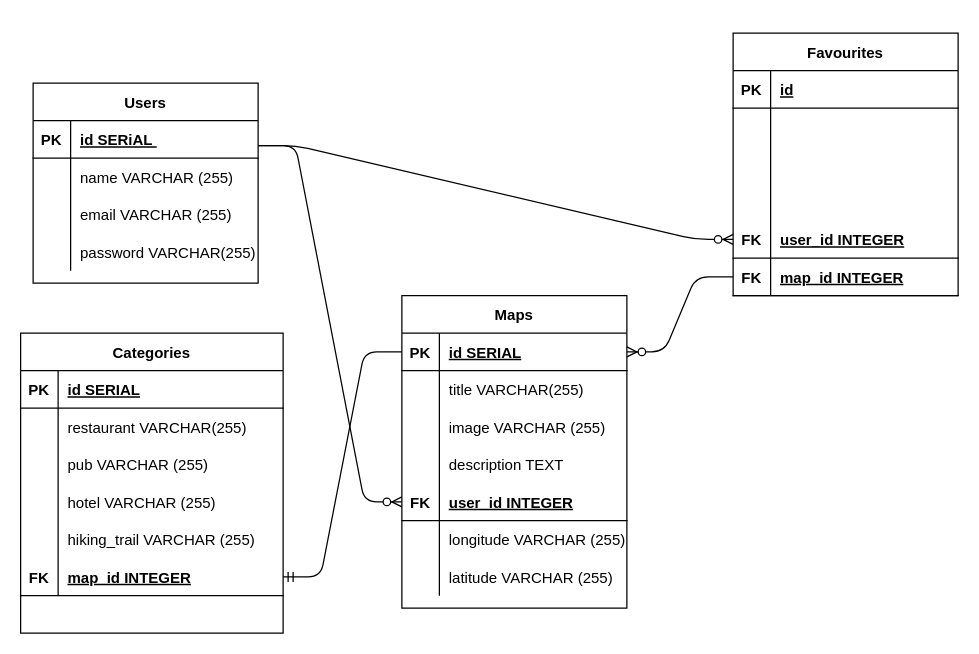
This is views/Untitled Diagram.drawio from jon-choi/WikiMap, a draw.io file, before an edit. Source tidied: cells renumbered, new cells numbered last; positions are measured from the earlier drawing's top-left corner, leaving out a move shared by most shapes. Both pictures are drawn from the tidied source at 125%, with x=0, y=0 at pixel (20, 32).
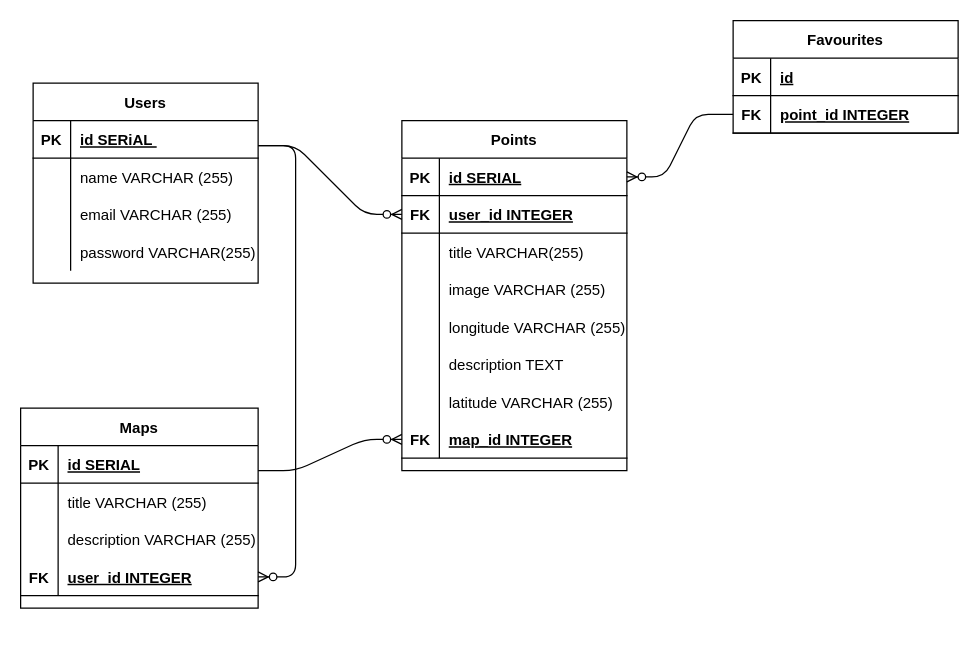
Above is the later version.

Unchanged cells that the change refers to:
```xml
<mxCell id="16" style="shape=partialRectangle;fillColor=none;top=0;left=0;bottom=1;right=0;points=[[0,0.5],[1,0.5]];portConstraint=eastwest;" parent="15" vertex="1">
  <mxGeometry y="30" width="180" height="30" as="geometry" />
</mxCell>
```

What changed in the source:
```diff
@@
-    <mxCell id="15" value="Maps" style="shape=table;startSize=30;childLayout=tableLayout;rowLines=0;fontStyle=1;align=center;" parent="1" vertex="1">
-      <mxGeometry x="305" y="210" width="180" height="250" as="geometry" />
+    <mxCell id="15" value="Points" style="shape=table;startSize=30;childLayout=tableLayout;rowLines=0;fontStyle=1;align=center;" parent="1" vertex="1">
+      <mxGeometry x="305" y="70" width="180" height="280" as="geometry" />
     </mxCell>
@@
+    <mxCell id="28" style="shape=partialRectangle;fillColor=none;top=0;left=0;bottom=1;right=0;points=[[0,0.5],[1,0.5]];portConstraint=eastwest;" parent="15" vertex="1">
+      <mxGeometry y="60" width="180" height="30" as="geometry" />
+    </mxCell>
+    <mxCell id="29" value="FK" style="shape=partialRectangle;fillColor=none;top=0;left=0;bottom=0;right=0;fontStyle=1;overflow=hidden;" parent="28" vertex="1">
+      <mxGeometry width="30" height="30" as="geometry" />
+    </mxCell>
+    <mxCell id="30" value="user_id INTEGER" style="shape=partialRectangle;fillColor=none;top=0;left=0;bottom=0;right=0;align=left;spacingLeft=6;fontStyle=5;overflow=hidden;" parent="28" vertex="1">
+      <mxGeometry x="30" width="150" height="30" as="geometry" />
+    </mxCell>
     <mxCell id="19" style="shape=partialRectangle;fillColor=none;top=0;left=0;bottom=0;right=0;" parent="15" vertex="1">
-      <mxGeometry y="60" width="180" height="30" as="geometry" />
+      <mxGeometry y="90" width="180" height="30" as="geometry" />
     </mxCell>
@@
     <mxCell id="22" style="shape=partialRectangle;fillColor=none;top=0;left=0;bottom=0;right=0;" parent="15" vertex="1">
-      <mxGeometry y="90" width="180" height="30" as="geometry" />
+      <mxGeometry y="120" width="180" height="30" as="geometry" />
     </mxCell>
@@
+    <mxCell id="31" style="shape=partialRectangle;fillColor=none;top=0;left=0;bottom=0;right=0;" parent="15" vertex="1">
+      <mxGeometry y="150" width="180" height="30" as="geometry" />
+    </mxCell>
+    <mxCell id="32" style="shape=partialRectangle;fillColor=none;top=0;left=0;bottom=0;right=0;overflow=hidden;" parent="31" vertex="1">
+      <mxGeometry width="30" height="30" as="geometry" />
+    </mxCell>
+    <mxCell id="33" value="longitude VARCHAR (255)" style="shape=partialRectangle;fillColor=none;top=0;left=0;bottom=0;right=0;align=left;spacingLeft=6;overflow=hidden;" parent="31" vertex="1">
+      <mxGeometry x="30" width="150" height="30" as="geometry" />
+    </mxCell>
     <mxCell id="25" style="shape=partialRectangle;fillColor=none;top=0;left=0;bottom=0;right=0;" parent="15" vertex="1">
-      <mxGeometry y="120" width="180" height="30" as="geometry" />
+      <mxGeometry y="180" width="180" height="30" as="geometry" />
     </mxCell>
@@
-    <mxCell id="28" style="shape=partialRectangle;fillColor=none;top=0;left=0;bottom=1;right=0;points=[[0,0.5],[1,0.5]];portConstraint=eastwest;" parent="15" vertex="1">
-      <mxGeometry y="150" width="180" height="30" as="geometry" />
-    </mxCell>
-    <mxCell id="29" value="FK" style="shape=partialRectangle;fillColor=none;top=0;left=0;bottom=0;right=0;fontStyle=1;overflow=hidden;" parent="28" vertex="1">
-      <mxGeometry width="30" height="30" as="geometry" />
-    </mxCell>
-    <mxCell id="30" value="user_id INTEGER" style="shape=partialRectangle;fillColor=none;top=0;left=0;bottom=0;right=0;align=left;spacingLeft=6;fontStyle=5;overflow=hidden;" parent="28" vertex="1">
-      <mxGeometry x="30" width="150" height="30" as="geometry" />
-    </mxCell>
-    <mxCell id="31" style="shape=partialRectangle;fillColor=none;top=0;left=0;bottom=0;right=0;" parent="15" vertex="1">
-      <mxGeometry y="180" width="180" height="30" as="geometry" />
-    </mxCell>
-    <mxCell id="32" style="shape=partialRectangle;fillColor=none;top=0;left=0;bottom=0;right=0;overflow=hidden;" parent="31" vertex="1">
-      <mxGeometry width="30" height="30" as="geometry" />
-    </mxCell>
-    <mxCell id="33" value="longitude VARCHAR (255)" style="shape=partialRectangle;fillColor=none;top=0;left=0;bottom=0;right=0;align=left;spacingLeft=6;overflow=hidden;" parent="31" vertex="1">
-      <mxGeometry x="30" width="150" height="30" as="geometry" />
-    </mxCell>
@@
-    <mxCell id="37" value="Categories" style="shape=table;startSize=30;childLayout=tableLayout;rowLines=0;fontStyle=1;align=center;" parent="1" vertex="1">
-      <mxGeometry y="240" width="210" height="240" as="geometry" />
-    </mxCell>
-    <mxCell id="38" style="shape=partialRectangle;fillColor=none;top=0;left=0;bottom=1;right=0;" parent="37" vertex="1">
-      <mxGeometry y="30" width="210" height="30" as="geometry" />
-    </mxCell>
-    <mxCell id="39" value="PK" style="shape=partialRectangle;fillColor=none;top=0;left=0;bottom=0;right=0;fontStyle=1;overflow=hidden;" parent="38" vertex="1">
-      <mxGeometry width="30" height="30" as="geometry" />
-    </mxCell>
-    <mxCell id="40" value="id SERIAL" style="shape=partialRectangle;fillColor=none;top=0;left=0;bottom=0;right=0;align=left;spacingLeft=6;fontStyle=5;overflow=hidden;" parent="38" vertex="1">
-      <mxGeometry x="30" width="180" height="30" as="geometry" />
-    </mxCell>
-    <mxCell id="41" style="shape=partialRectangle;fillColor=none;top=0;left=0;bottom=0;right=0;" parent="37" vertex="1">
-      <mxGeometry y="60" width="210" height="30" as="geometry" />
-    </mxCell>
-    <mxCell id="42" style="shape=partialRectangle;fillColor=none;top=0;left=0;bottom=0;right=0;overflow=hidden;" parent="41" vertex="1">
-      <mxGeometry width="30" height="30" as="geometry" />
-    </mxCell>
-    <mxCell id="43" value="restaurant VARCHAR(255)" style="shape=partialRectangle;fillColor=none;top=0;left=0;bottom=0;right=0;align=left;spacingLeft=6;overflow=hidden;" parent="41" vertex="1">
-      <mxGeometry x="30" width="180" height="30" as="geometry" />
-    </mxCell>
-    <mxCell id="44" style="shape=partialRectangle;fillColor=none;top=0;left=0;bottom=0;right=0;" parent="37" vertex="1">
-      <mxGeometry y="90" width="210" height="30" as="geometry" />
-    </mxCell>
-    <mxCell id="45" style="shape=partialRectangle;fillColor=none;top=0;left=0;bottom=0;right=0;overflow=hidden;" parent="44" vertex="1">
-      <mxGeometry width="30" height="30" as="geometry" />
-    </mxCell>
-    <mxCell id="46" value="pub VARCHAR (255)" style="shape=partialRectangle;fillColor=none;top=0;left=0;bottom=0;right=0;align=left;spacingLeft=6;overflow=hidden;" parent="44" vertex="1">
-      <mxGeometry x="30" width="180" height="30" as="geometry" />
-    </mxCell>
-    <mxCell id="47" style="shape=partialRectangle;fillColor=none;top=0;left=0;bottom=0;right=0;" parent="37" vertex="1">
-      <mxGeometry y="120" width="210" height="30" as="geometry" />
-    </mxCell>
-    <mxCell id="48" style="shape=partialRectangle;fillColor=none;top=0;left=0;bottom=0;right=0;overflow=hidden;" parent="47" vertex="1">
-      <mxGeometry width="30" height="30" as="geometry" />
-    </mxCell>
-    <mxCell id="49" value="hotel VARCHAR (255)" style="shape=partialRectangle;fillColor=none;top=0;left=0;bottom=0;right=0;align=left;spacingLeft=6;overflow=hidden;" parent="47" vertex="1">
-      <mxGeometry x="30" width="180" height="30" as="geometry" />
-    </mxCell>
-    <mxCell id="50" style="shape=partialRectangle;fillColor=none;top=0;left=0;bottom=0;right=0;" parent="37" vertex="1">
-      <mxGeometry y="150" width="210" height="30" as="geometry" />
-    </mxCell>
-    <mxCell id="51" style="shape=partialRectangle;fillColor=none;top=0;left=0;bottom=0;right=0;overflow=hidden;" parent="50" vertex="1">
-      <mxGeometry width="30" height="30" as="geometry" />
-    </mxCell>
-    <mxCell id="52" value="hiking_trail VARCHAR (255)" style="shape=partialRectangle;fillColor=none;top=0;left=0;bottom=0;right=0;align=left;spacingLeft=6;overflow=hidden;" parent="50" vertex="1">
-      <mxGeometry x="30" width="180" height="30" as="geometry" />
-    </mxCell>
-    <mxCell id="53" style="shape=partialRectangle;fillColor=none;top=0;left=0;bottom=1;right=0;points=[[0,0.5],[1,0.5]];portConstraint=eastwest;" parent="37" vertex="1">
-      <mxGeometry y="180" width="210" height="30" as="geometry" />
-    </mxCell>
-    <mxCell id="54" value="FK" style="shape=partialRectangle;fillColor=none;top=0;left=0;bottom=0;right=0;fontStyle=1;overflow=hidden;" parent="53" vertex="1">
-      <mxGeometry width="30" height="30" as="geometry" />
-    </mxCell>
+    <mxCell id="79" style="shape=partialRectangle;fillColor=none;top=0;left=0;bottom=1;right=0;points=[[0,0.5],[1,0.5]];portConstraint=eastwest;" parent="15" vertex="1">
+      <mxGeometry y="240" width="180" height="30" as="geometry" />
+    </mxCell>
+    <mxCell id="80" value="FK" style="shape=partialRectangle;fillColor=none;top=0;left=0;bottom=0;right=0;fontStyle=1;overflow=hidden;" parent="79" vertex="1">
+      <mxGeometry width="30" height="30" as="geometry" />
+    </mxCell>
-    <mxCell id="55" value="map_id INTEGER" style="shape=partialRectangle;fillColor=none;top=0;left=0;bottom=0;right=0;align=left;spacingLeft=6;fontStyle=5;overflow=hidden;" parent="53" vertex="1">
-      <mxGeometry x="30" width="180" height="30" as="geometry" />
+    <mxCell id="55" value="map_id INTEGER" style="shape=partialRectangle;fillColor=none;top=0;left=0;bottom=0;right=0;align=left;spacingLeft=6;fontStyle=5;overflow=hidden;" parent="79" vertex="1">
+      <mxGeometry x="30" width="150" height="30" as="geometry" />
     </mxCell>
     <mxCell id="56" value="Favourites" style="shape=table;startSize=30;childLayout=tableLayout;rowLines=0;fontStyle=1;align=center;" parent="1" vertex="1">
-      <mxGeometry x="570" width="180" height="210" as="geometry" />
+      <mxGeometry x="570" y="-10" width="180" height="90" as="geometry" />
     </mxCell>
@@
-    <mxCell id="60" style="shape=partialRectangle;fillColor=none;top=0;left=0;bottom=0;right=0;" parent="56" vertex="1">
-      <mxGeometry y="60" width="180" height="30" as="geometry" />
-    </mxCell>
-    <mxCell id="61" style="shape=partialRectangle;fillColor=none;top=0;left=0;bottom=0;right=0;overflow=hidden;" parent="60" vertex="1">
-      <mxGeometry width="30" height="30" as="geometry" />
-    </mxCell>
-    <mxCell id="62" style="shape=partialRectangle;fillColor=none;top=0;left=0;bottom=0;right=0;align=left;spacingLeft=6;overflow=hidden;" parent="60" vertex="1">
-      <mxGeometry x="30" width="150" height="30" as="geometry" />
-    </mxCell>
-    <mxCell id="63" style="shape=partialRectangle;fillColor=none;top=0;left=0;bottom=0;right=0;" parent="56" vertex="1">
-      <mxGeometry y="90" width="180" height="30" as="geometry" />
-    </mxCell>
-    <mxCell id="64" style="shape=partialRectangle;fillColor=none;top=0;left=0;bottom=0;right=0;overflow=hidden;" parent="63" vertex="1">
-      <mxGeometry width="30" height="30" as="geometry" />
-    </mxCell>
-    <mxCell id="65" style="shape=partialRectangle;fillColor=none;top=0;left=0;bottom=0;right=0;align=left;spacingLeft=6;overflow=hidden;" parent="63" vertex="1">
-      <mxGeometry x="30" width="150" height="30" as="geometry" />
-    </mxCell>
-    <mxCell id="66" style="shape=partialRectangle;fillColor=none;top=0;left=0;bottom=0;right=0;" parent="56" vertex="1">
-      <mxGeometry y="120" width="180" height="30" as="geometry" />
-    </mxCell>
-    <mxCell id="67" style="shape=partialRectangle;fillColor=none;top=0;left=0;bottom=0;right=0;overflow=hidden;" parent="66" vertex="1">
-      <mxGeometry width="30" height="30" as="geometry" />
-    </mxCell>
-    <mxCell id="68" style="shape=partialRectangle;fillColor=none;top=0;left=0;bottom=0;right=0;align=left;spacingLeft=6;overflow=hidden;" parent="66" vertex="1">
-      <mxGeometry x="30" width="150" height="30" as="geometry" />
-    </mxCell>
-    <mxCell id="69" style="shape=partialRectangle;fillColor=none;top=0;left=0;bottom=1;right=0;points=[[0,0.5],[1,0.5]];portConstraint=eastwest;" parent="56" vertex="1">
-      <mxGeometry y="150" width="180" height="30" as="geometry" />
-    </mxCell>
-    <mxCell id="70" value="FK" style="shape=partialRectangle;fillColor=none;top=0;left=0;bottom=0;right=0;fontStyle=1;overflow=hidden;" parent="69" vertex="1">
-      <mxGeometry width="30" height="30" as="geometry" />
-    </mxCell>
-    <mxCell id="71" value="user_id INTEGER" style="shape=partialRectangle;fillColor=none;top=0;left=0;bottom=0;right=0;align=left;spacingLeft=6;fontStyle=5;overflow=hidden;" parent="69" vertex="1">
-      <mxGeometry x="30" width="150" height="30" as="geometry" />
-    </mxCell>
     <mxCell id="72" style="shape=partialRectangle;fillColor=none;top=0;left=0;bottom=1;right=0;points=[[0,0.5],[1,0.5]];portConstraint=eastwest;" parent="56" vertex="1">
-      <mxGeometry y="180" width="180" height="30" as="geometry" />
+      <mxGeometry y="60" width="180" height="30" as="geometry" />
     </mxCell>
@@
-    <mxCell id="74" value="map_id INTEGER" style="shape=partialRectangle;fillColor=none;top=0;left=0;bottom=0;right=0;align=left;spacingLeft=6;fontStyle=5;overflow=hidden;" parent="72" vertex="1">
+    <mxCell id="74" value="point_id INTEGER" style="shape=partialRectangle;fillColor=none;top=0;left=0;bottom=0;right=0;align=left;spacingLeft=6;fontStyle=5;overflow=hidden;" parent="72" vertex="1">
       <mxGeometry x="30" width="150" height="30" as="geometry" />
     </mxCell>
@@
-    <mxCell id="76" style="edgeStyle=entityRelationEdgeStyle;fontSize=12;html=1;endArrow=ERzeroToMany;endFill=1;entryX=0;entryY=0.5;entryDx=0;entryDy=0;" parent="1" edge="1" target="69">
-      <mxGeometry relative="1" as="geometry">
-        <mxPoint x="190" y="90" as="sourcePoint" />
-      </mxGeometry>
-    </mxCell>
@@
-    <mxCell id="78" style="edgeStyle=entityRelationEdgeStyle;fontSize=12;html=1;endArrow=ERmandOne;entryX=1;entryY=0.5;entryDx=0;entryDy=0;exitX=0;exitY=0.5;exitDx=0;exitDy=0;" parent="1" edge="1" source="16" target="53">
-      <mxGeometry relative="1" as="geometry" />
-    </mxCell>
+    <mxCell id="81" value="Maps" style="shape=table;startSize=30;childLayout=tableLayout;rowLines=0;fontStyle=1;align=center;" parent="1" vertex="1">
+      <mxGeometry y="300" width="190" height="160" as="geometry" />
+    </mxCell>
+    <mxCell id="82" style="shape=partialRectangle;fillColor=none;top=0;left=0;bottom=1;right=0;" parent="81" vertex="1">
+      <mxGeometry y="30" width="190" height="30" as="geometry" />
+    </mxCell>
+    <mxCell id="39" value="PK" style="shape=partialRectangle;fillColor=none;top=0;left=0;bottom=0;right=0;fontStyle=1;overflow=hidden;" parent="82" vertex="1">
+      <mxGeometry width="30" height="30" as="geometry" />
+    </mxCell>
+    <mxCell id="40" value="id SERIAL" style="shape=partialRectangle;fillColor=none;top=0;left=0;bottom=0;right=0;align=left;spacingLeft=6;fontStyle=5;overflow=hidden;" parent="82" vertex="1">
+      <mxGeometry x="30" width="160" height="30" as="geometry" />
+    </mxCell>
+    <mxCell id="83" style="shape=partialRectangle;fillColor=none;top=0;left=0;bottom=0;right=0;" parent="81" vertex="1">
+      <mxGeometry y="60" width="190" height="30" as="geometry" />
+    </mxCell>
+    <mxCell id="84" style="shape=partialRectangle;fillColor=none;top=0;left=0;bottom=0;right=0;overflow=hidden;" parent="83" vertex="1">
+      <mxGeometry width="30" height="30" as="geometry" />
+    </mxCell>
+    <mxCell id="85" value="title VARCHAR (255)" style="shape=partialRectangle;fillColor=none;top=0;left=0;bottom=0;right=0;align=left;spacingLeft=6;overflow=hidden;" parent="83" vertex="1">
+      <mxGeometry x="30" width="160" height="30" as="geometry" />
+    </mxCell>
+    <mxCell id="86" style="shape=partialRectangle;fillColor=none;top=0;left=0;bottom=0;right=0;" parent="81" vertex="1">
+      <mxGeometry y="90" width="190" height="30" as="geometry" />
+    </mxCell>
+    <mxCell id="87" style="shape=partialRectangle;fillColor=none;top=0;left=0;bottom=0;right=0;overflow=hidden;" parent="86" vertex="1">
+      <mxGeometry width="30" height="30" as="geometry" />
+    </mxCell>
+    <mxCell id="88" value="description VARCHAR (255)" style="shape=partialRectangle;fillColor=none;top=0;left=0;bottom=0;right=0;align=left;spacingLeft=6;overflow=hidden;" parent="86" vertex="1">
+      <mxGeometry x="30" width="160" height="30" as="geometry" />
+    </mxCell>
+    <mxCell id="89" style="shape=partialRectangle;fillColor=none;top=0;left=0;bottom=1;right=0;points=[[0,0.5],[1,0.5]];portConstraint=eastwest;" parent="81" vertex="1">
+      <mxGeometry y="120" width="190" height="30" as="geometry" />
+    </mxCell>
+    <mxCell id="90" value="FK" style="shape=partialRectangle;fillColor=none;top=0;left=0;bottom=0;right=0;fontStyle=1;overflow=hidden;" parent="89" vertex="1">
+      <mxGeometry width="30" height="30" as="geometry" />
+    </mxCell>
+    <mxCell id="71" value="user_id INTEGER" style="shape=partialRectangle;fillColor=none;top=0;left=0;bottom=0;right=0;align=left;spacingLeft=6;fontStyle=5;overflow=hidden;" parent="89" vertex="1">
+      <mxGeometry x="30" width="160" height="30" as="geometry" />
+    </mxCell>
+    <mxCell id="91" style="edgeStyle=entityRelationEdgeStyle;fontSize=12;html=1;endArrow=ERzeroToMany;endFill=1;entryX=1;entryY=0.5;entryDx=0;entryDy=0;" parent="1" edge="1" target="89">
+      <mxGeometry relative="1" as="geometry">
+        <mxPoint x="190" y="90" as="sourcePoint" />
+      </mxGeometry>
+    </mxCell>
+    <mxCell id="92" style="edgeStyle=entityRelationEdgeStyle;fontSize=12;html=1;endArrow=ERzeroToMany;endFill=1;entryX=0;entryY=0.5;entryDx=0;entryDy=0;" parent="1" edge="1" target="79">
+      <mxGeometry relative="1" as="geometry">
+        <mxPoint x="190" y="350" as="sourcePoint" />
+      </mxGeometry>
+    </mxCell>
```
